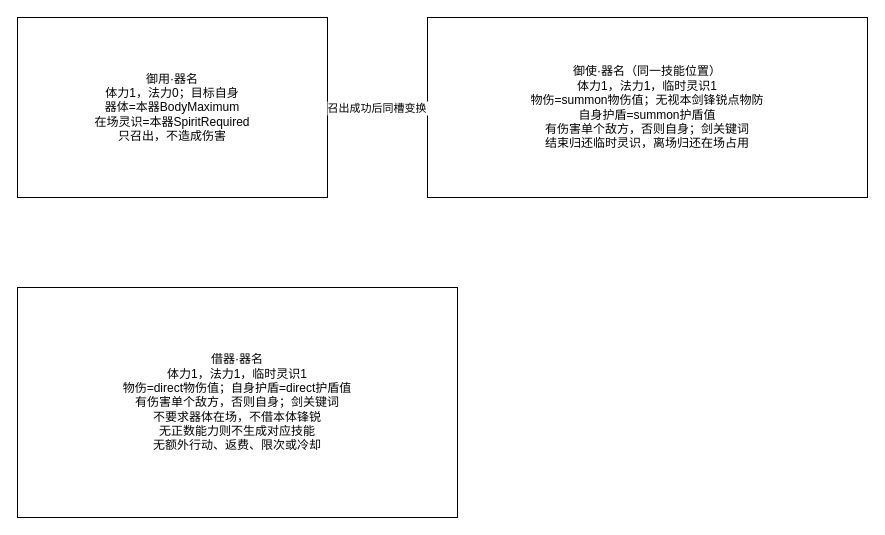
Before: docs/卡牌词典/炼成剑器动态技能.drawio in ankundanetracyc-spec/tian-guan-you-du, a draw.io diagram. Source tidied: cells renumbered, new cells numbered last; positions are measured from the earlier drawing's top-left corner, leaving out a move shared by most shapes. Both pictures are drawn from the tidied source at 100%, with x=0, y=0 at pixel (17, 17).
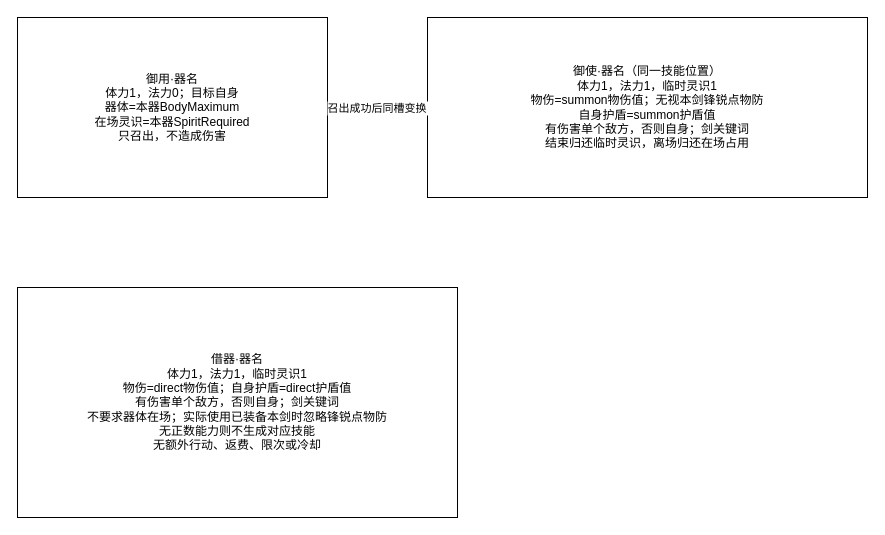
After the change.

Diff of the diagram source:
```diff
@@
 <mxGraphModel>
   <root>
     <mxCell id="0" />
     <mxCell id="1" parent="0" />
     <mxCell id="2" value="御用·器名&#10;体力1，法力0；目标自身&#10;器体=本器BodyMaximum&#10;在场灵识=本器SpiritRequired&#10;只召出，不造成伤害" style="rounded=0;whiteSpace=wrap;html=0;" parent="1" vertex="1">
       <mxGeometry width="310" height="180" as="geometry" />
     </mxCell>
     <mxCell id="3" value="御使·器名（同一技能位置）&#10;体力1，法力1，临时灵识1&#10;物伤=summon物伤值；无视本剑锋锐点物防&#10;自身护盾=summon护盾值&#10;有伤害单个敌方，否则自身；剑关键词&#10;结束归还临时灵识，离场归还在场占用" style="rounded=0;whiteSpace=wrap;html=0;" parent="1" vertex="1">
       <mxGeometry x="410" width="440" height="180" as="geometry" />
     </mxCell>
     <mxCell id="4" value="召出成功后同槽变换" parent="1" edge="1" source="2" target="3">
       <mxGeometry relative="1" as="geometry" />
     </mxCell>
-    <mxCell id="5" value="借器·器名&#10;体力1，法力1，临时灵识1&#10;物伤=direct物伤值；自身护盾=direct护盾值&#10;有伤害单个敌方，否则自身；剑关键词&#10;不要求器体在场，不借本体锋锐&#10;无正数能力则不生成对应技能&#10;无额外行动、返费、限次或冷却" style="rounded=0;whiteSpace=wrap;html=0;" parent="1" vertex="1">
+    <mxCell id="5" value="借器·器名&#10;体力1，法力1，临时灵识1&#10;物伤=direct物伤值；自身护盾=direct护盾值&#10;有伤害单个敌方，否则自身；剑关键词&#10;不要求器体在场；实际使用已装备本剑时忽略锋锐点物防&#10;无正数能力则不生成对应技能&#10;无额外行动、返费、限次或冷却" style="rounded=0;whiteSpace=wrap;html=0;" parent="1" vertex="1">
       <mxGeometry y="270" width="440" height="230" as="geometry" />
     </mxCell>
   </root>
 </mxGraphModel>
```
